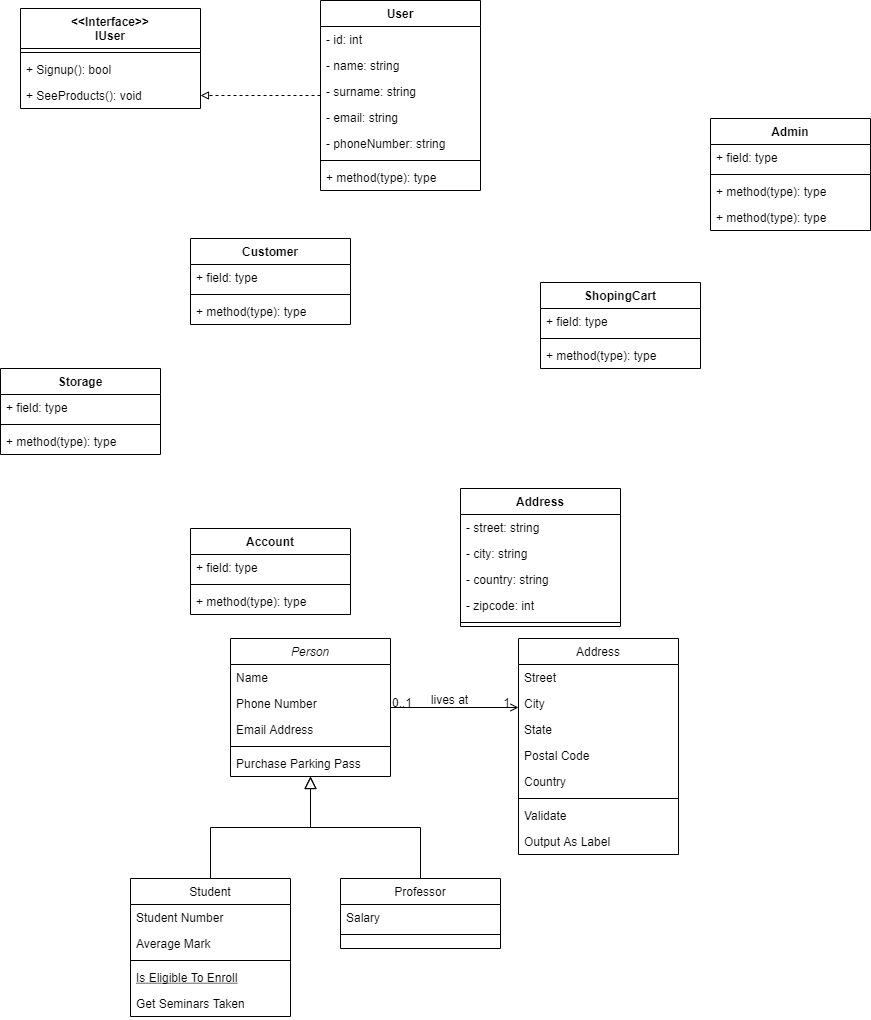
Earlier version of the draw.io export ShopConseptualUML.drawio.png (olh-msk/SigmaTask10). Source tidied: cells renumbered, new cells last; positions are measured from the earlier drawing's top-left corner, leaving out a move shared by most shapes.
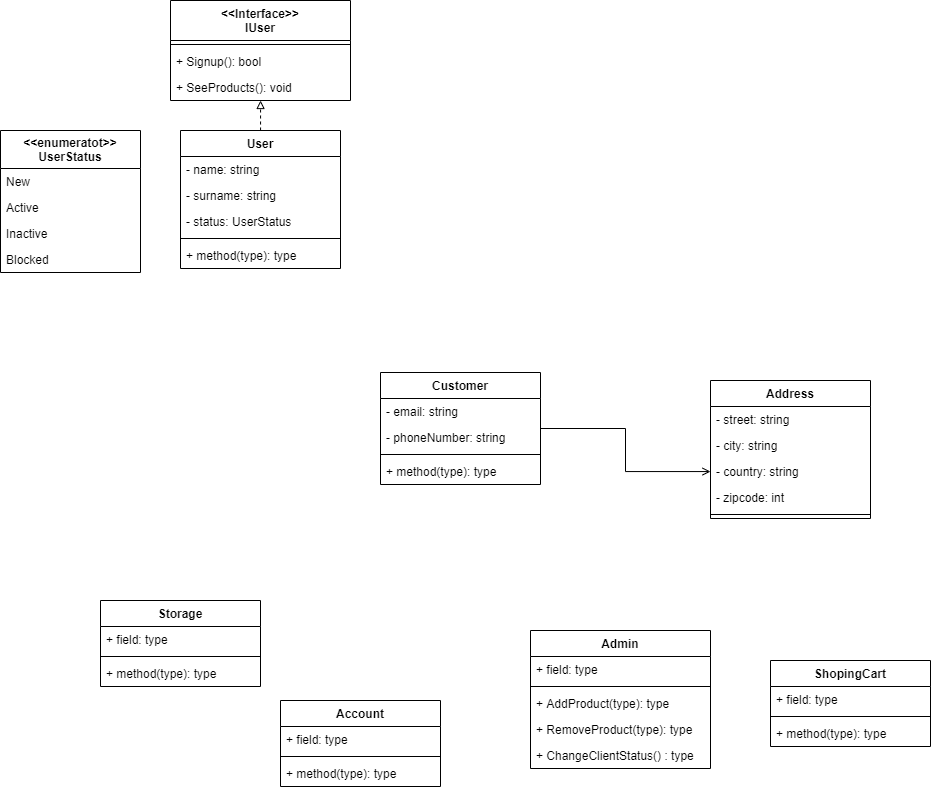
After the commit.

What changed in the source:
```diff
@@ -2,106 +2,8 @@
   <root>
     <mxCell id="0" />
     <mxCell id="1" parent="0" />
-    <mxCell id="2" value="Person" style="swimlane;fontStyle=2;align=center;verticalAlign=top;horizontal=1;startSize=26;rounded=0;shadow=0;strokeWidth=1;" parent="1" vertex="1">
-      <mxGeometry x="230" y="638" width="160" height="138" as="geometry" />
-    </mxCell>
-    <mxCell id="3" value="Name" style="text;align=left;verticalAlign=top;spacingLeft=4;spacingRight=4;overflow=hidden;" parent="2" vertex="1">
-      <mxGeometry y="26" width="160" height="26" as="geometry" />
-    </mxCell>
-    <mxCell id="4" value="Phone Number" style="text;align=left;verticalAlign=top;spacingLeft=4;spacingRight=4;overflow=hidden;rounded=0;shadow=0;html=0;" parent="2" vertex="1">
-      <mxGeometry y="52" width="160" height="26" as="geometry" />
-    </mxCell>
-    <mxCell id="5" value="Email Address" style="text;align=left;verticalAlign=top;spacingLeft=4;spacingRight=4;overflow=hidden;rounded=0;shadow=0;html=0;" parent="2" vertex="1">
-      <mxGeometry y="78" width="160" height="26" as="geometry" />
-    </mxCell>
-    <mxCell id="6" style="line;html=1;strokeWidth=1;align=left;verticalAlign=middle;spacingTop=-1;spacingLeft=3;spacingRight=3;labelPosition=right;" parent="2" vertex="1">
-      <mxGeometry y="104" width="160" height="8" as="geometry" />
-    </mxCell>
-    <mxCell id="7" value="Purchase Parking Pass" style="text;align=left;verticalAlign=top;spacingLeft=4;spacingRight=4;overflow=hidden;" parent="2" vertex="1">
-      <mxGeometry y="112" width="160" height="26" as="geometry" />
-    </mxCell>
-    <mxCell id="8" value="Student" style="swimlane;fontStyle=0;align=center;verticalAlign=top;horizontal=1;startSize=26;rounded=0;shadow=0;strokeWidth=1;" parent="1" vertex="1">
-      <mxGeometry x="130" y="878" width="160" height="138" as="geometry" />
-    </mxCell>
-    <mxCell id="9" value="Student Number" style="text;align=left;verticalAlign=top;spacingLeft=4;spacingRight=4;overflow=hidden;" parent="8" vertex="1">
-      <mxGeometry y="26" width="160" height="26" as="geometry" />
-    </mxCell>
-    <mxCell id="10" value="Average Mark" style="text;align=left;verticalAlign=top;spacingLeft=4;spacingRight=4;overflow=hidden;rounded=0;shadow=0;html=0;" parent="8" vertex="1">
-      <mxGeometry y="52" width="160" height="26" as="geometry" />
-    </mxCell>
-    <mxCell id="11" style="line;html=1;strokeWidth=1;align=left;verticalAlign=middle;spacingTop=-1;spacingLeft=3;spacingRight=3;labelPosition=right;" parent="8" vertex="1">
-      <mxGeometry y="78" width="160" height="8" as="geometry" />
-    </mxCell>
-    <mxCell id="12" value="Is Eligible To Enroll" style="text;align=left;verticalAlign=top;spacingLeft=4;spacingRight=4;overflow=hidden;fontStyle=4;" parent="8" vertex="1">
-      <mxGeometry y="86" width="160" height="26" as="geometry" />
-    </mxCell>
-    <mxCell id="13" value="Get Seminars Taken" style="text;align=left;verticalAlign=top;spacingLeft=4;spacingRight=4;overflow=hidden;" parent="8" vertex="1">
-      <mxGeometry y="112" width="160" height="26" as="geometry" />
-    </mxCell>
-    <mxCell id="14" style="endArrow=block;endSize=10;endFill=0;shadow=0;strokeWidth=1;rounded=0;edgeStyle=elbowEdgeStyle;elbow=vertical;" parent="1" edge="1" source="8" target="2">
-      <mxGeometry relative="1" as="geometry" />
-    </mxCell>
-    <mxCell id="15" value="Professor" style="swimlane;fontStyle=0;align=center;verticalAlign=top;horizontal=1;startSize=26;rounded=0;shadow=0;strokeWidth=1;" parent="1" vertex="1">
-      <mxGeometry x="340" y="878" width="160" height="70" as="geometry" />
-    </mxCell>
-    <mxCell id="16" value="Salary" style="text;align=left;verticalAlign=top;spacingLeft=4;spacingRight=4;overflow=hidden;" parent="15" vertex="1">
-      <mxGeometry y="26" width="160" height="26" as="geometry" />
-    </mxCell>
-    <mxCell id="17" style="line;html=1;strokeWidth=1;align=left;verticalAlign=middle;spacingTop=-1;spacingLeft=3;spacingRight=3;labelPosition=right;" parent="15" vertex="1">
-      <mxGeometry y="52" width="160" height="8" as="geometry" />
-    </mxCell>
-    <mxCell id="18" style="endArrow=block;endSize=10;endFill=0;shadow=0;strokeWidth=1;rounded=0;edgeStyle=elbowEdgeStyle;elbow=vertical;" parent="1" edge="1" source="15" target="2">
-      <mxGeometry relative="1" as="geometry" />
-    </mxCell>
-    <mxCell id="19" value="Address" style="swimlane;fontStyle=0;align=center;verticalAlign=top;horizontal=1;startSize=26;rounded=0;shadow=0;strokeWidth=1;" parent="1" vertex="1">
-      <mxGeometry x="518" y="638" width="160" height="216" as="geometry" />
-    </mxCell>
-    <mxCell id="20" value="Street" style="text;align=left;verticalAlign=top;spacingLeft=4;spacingRight=4;overflow=hidden;" parent="19" vertex="1">
-      <mxGeometry y="26" width="160" height="26" as="geometry" />
-    </mxCell>
-    <mxCell id="21" value="City" style="text;align=left;verticalAlign=top;spacingLeft=4;spacingRight=4;overflow=hidden;rounded=0;shadow=0;html=0;" parent="19" vertex="1">
-      <mxGeometry y="52" width="160" height="26" as="geometry" />
-    </mxCell>
-    <mxCell id="22" value="State" style="text;align=left;verticalAlign=top;spacingLeft=4;spacingRight=4;overflow=hidden;rounded=0;shadow=0;html=0;" parent="19" vertex="1">
-      <mxGeometry y="78" width="160" height="26" as="geometry" />
-    </mxCell>
-    <mxCell id="23" value="Postal Code" style="text;align=left;verticalAlign=top;spacingLeft=4;spacingRight=4;overflow=hidden;rounded=0;shadow=0;html=0;" parent="19" vertex="1">
-      <mxGeometry y="104" width="160" height="26" as="geometry" />
-    </mxCell>
-    <mxCell id="24" value="Country" style="text;align=left;verticalAlign=top;spacingLeft=4;spacingRight=4;overflow=hidden;rounded=0;shadow=0;html=0;" parent="19" vertex="1">
-      <mxGeometry y="130" width="160" height="26" as="geometry" />
-    </mxCell>
-    <mxCell id="25" style="line;html=1;strokeWidth=1;align=left;verticalAlign=middle;spacingTop=-1;spacingLeft=3;spacingRight=3;labelPosition=right;" parent="19" vertex="1">
-      <mxGeometry y="156" width="160" height="8" as="geometry" />
-    </mxCell>
-    <mxCell id="26" value="Validate" style="text;align=left;verticalAlign=top;spacingLeft=4;spacingRight=4;overflow=hidden;" parent="19" vertex="1">
-      <mxGeometry y="164" width="160" height="26" as="geometry" />
-    </mxCell>
-    <mxCell id="27" value="Output As Label" style="text;align=left;verticalAlign=top;spacingLeft=4;spacingRight=4;overflow=hidden;" parent="19" vertex="1">
-      <mxGeometry y="190" width="160" height="26" as="geometry" />
-    </mxCell>
-    <mxCell id="28" style="endArrow=open;shadow=0;strokeWidth=1;rounded=0;endFill=1;edgeStyle=elbowEdgeStyle;elbow=vertical;" parent="1" edge="1" source="2" target="19">
-      <mxGeometry x="0.5" y="41" relative="1" as="geometry">
-        <mxPoint x="-40" y="32" as="offset" />
-      </mxGeometry>
-    </mxCell>
-    <mxCell id="29" value="0..1" style="align=left;verticalAlign=bottom;labelBackgroundColor=none;fontSize=12;" parent="28" vertex="1">
-      <mxGeometry x="-1" relative="1" as="geometry">
-        <mxPoint y="4" as="offset" />
-      </mxGeometry>
-    </mxCell>
-    <mxCell id="30" value="1" style="align=right;verticalAlign=bottom;labelBackgroundColor=none;fontSize=12;" parent="28" vertex="1">
-      <mxGeometry x="1" relative="1" as="geometry">
-        <mxPoint x="-7" y="4" as="offset" />
-      </mxGeometry>
-    </mxCell>
-    <mxCell id="31" value="lives at" style="text;html=1;align=center;verticalAlign=middle;labelBackgroundColor=none;rounded=0;shadow=0;strokeWidth=1;fontSize=12;" parent="28" vertex="1">
-      <mxGeometry x="0.5" y="49" relative="1" as="geometry">
-        <mxPoint x="-38" y="40" as="offset" />
-      </mxGeometry>
-    </mxCell>
     <mxCell id="32" value="&lt;&lt;Interface&gt;&gt;&#10;IUser" style="swimlane;fontStyle=1;align=center;verticalAlign=top;horizontal=1;startSize=40;" parent="1" vertex="1">
-      <mxGeometry x="20" y="8" width="180" height="100" as="geometry" />
+      <mxGeometry x="610" y="128" width="180" height="100" as="geometry" />
     </mxCell>
     <mxCell id="33" style="line;strokeWidth=1;fillColor=none;align=left;verticalAlign=middle;spacingTop=-1;spacingLeft=3;spacingRight=3;labelPosition=right;" parent="32" vertex="1">
       <mxGeometry y="40" width="180" height="8" as="geometry" />
@@ -113,7 +15,7 @@
       <mxGeometry y="74" width="180" height="26" as="geometry" />
     </mxCell>
     <mxCell id="36" value="Storage" style="swimlane;fontStyle=1;align=center;verticalAlign=top;horizontal=1;startSize=26;" parent="1" vertex="1">
-      <mxGeometry y="368" width="160" height="86" as="geometry" />
+      <mxGeometry x="540" y="728" width="160" height="86" as="geometry" />
     </mxCell>
     <mxCell id="37" value="+ field: type" style="text;strokeColor=none;fillColor=none;align=left;verticalAlign=top;spacingLeft=4;spacingRight=4;overflow=hidden;" parent="36" vertex="1">
       <mxGeometry y="26" width="160" height="26" as="geometry" />
@@ -125,49 +27,51 @@
       <mxGeometry y="60" width="160" height="26" as="geometry" />
     </mxCell>
     <mxCell id="40" value="Admin" style="swimlane;fontStyle=1;align=center;verticalAlign=top;horizontal=1;startSize=26;" parent="1" vertex="1">
-      <mxGeometry x="710" y="118" width="160" height="112" as="geometry" />
+      <mxGeometry x="970" y="758" width="180" height="138" as="geometry" />
     </mxCell>
     <mxCell id="41" value="+ field: type" style="text;strokeColor=none;fillColor=none;align=left;verticalAlign=top;spacingLeft=4;spacingRight=4;overflow=hidden;" parent="40" vertex="1">
-      <mxGeometry y="26" width="160" height="26" as="geometry" />
+      <mxGeometry y="26" width="180" height="26" as="geometry" />
     </mxCell>
     <mxCell id="42" style="line;strokeWidth=1;fillColor=none;align=left;verticalAlign=middle;spacingTop=-1;spacingLeft=3;spacingRight=3;labelPosition=right;" parent="40" vertex="1">
-      <mxGeometry y="52" width="160" height="8" as="geometry" />
+      <mxGeometry y="52" width="180" height="8" as="geometry" />
     </mxCell>
-    <mxCell id="43" value="+ method(type): type" style="text;strokeColor=none;fillColor=none;align=left;verticalAlign=top;spacingLeft=4;spacingRight=4;overflow=hidden;" parent="40" vertex="1">
-      <mxGeometry y="60" width="160" height="26" as="geometry" />
+    <mxCell id="43" value="+ AddProduct(type): type" style="text;strokeColor=none;fillColor=none;align=left;verticalAlign=top;spacingLeft=4;spacingRight=4;overflow=hidden;" parent="40" vertex="1">
+      <mxGeometry y="60" width="180" height="26" as="geometry" />
     </mxCell>
-    <mxCell id="44" value="+ method(type): type" style="text;strokeColor=none;fillColor=none;align=left;verticalAlign=top;spacingLeft=4;spacingRight=4;overflow=hidden;" parent="40" vertex="1">
-      <mxGeometry y="86" width="160" height="26" as="geometry" />
+    <mxCell id="44" value="+ RemoveProduct(type): type" style="text;strokeColor=none;fillColor=none;align=left;verticalAlign=top;spacingLeft=4;spacingRight=4;overflow=hidden;" parent="40" vertex="1">
+      <mxGeometry y="86" width="180" height="26" as="geometry" />
     </mxCell>
+    <mxCell id="72" value="+ ChangeClientStatus() : type" style="text;strokeColor=none;fillColor=none;align=left;verticalAlign=top;spacingLeft=4;spacingRight=4;overflow=hidden;" parent="40" vertex="1">
+      <mxGeometry y="112" width="180" height="26" as="geometry" />
+    </mxCell>
     <mxCell id="45" style="edgeStyle=orthogonalEdgeStyle;rounded=0;jettySize=auto;html=1;endArrow=block;endFill=0;dashed=1;" parent="1" edge="1" source="46" target="35">
-      <mxGeometry relative="1" as="geometry" />
+      <mxGeometry relative="1" as="geometry">
+        <Array as="points">
+          <mxPoint x="700" y="248" />
+          <mxPoint x="700" y="248" />
+        </Array>
+      </mxGeometry>
     </mxCell>
     <mxCell id="46" value="User" style="swimlane;fontStyle=1;align=center;verticalAlign=top;horizontal=1;startSize=26;" parent="1" vertex="1">
-      <mxGeometry x="320" width="160" height="190" as="geometry" />
+      <mxGeometry x="620" y="258" width="160" height="138" as="geometry" />
     </mxCell>
-    <mxCell id="47" value="- id: int" style="text;strokeColor=none;fillColor=none;align=left;verticalAlign=top;spacingLeft=4;spacingRight=4;overflow=hidden;" parent="46" vertex="1">
-      <mxGeometry y="26" width="160" height="26" as="geometry" />
-    </mxCell>
     <mxCell id="48" value="- name: string" style="text;strokeColor=none;fillColor=none;align=left;verticalAlign=top;spacingLeft=4;spacingRight=4;overflow=hidden;" parent="46" vertex="1">
-      <mxGeometry y="52" width="160" height="26" as="geometry" />
+      <mxGeometry y="26" width="160" height="26" as="geometry" />
     </mxCell>
     <mxCell id="49" value="- surname: string" style="text;strokeColor=none;fillColor=none;align=left;verticalAlign=top;spacingLeft=4;spacingRight=4;overflow=hidden;" parent="46" vertex="1">
-      <mxGeometry y="78" width="160" height="26" as="geometry" />
+      <mxGeometry y="52" width="160" height="26" as="geometry" />
     </mxCell>
-    <mxCell id="50" value="- email: string" style="text;strokeColor=none;fillColor=none;align=left;verticalAlign=top;spacingLeft=4;spacingRight=4;overflow=hidden;" parent="46" vertex="1">
-      <mxGeometry y="104" width="160" height="26" as="geometry" />
-    </mxCell>
-    <mxCell id="51" value="- phoneNumber: string" style="text;strokeColor=none;fillColor=none;align=left;verticalAlign=top;spacingLeft=4;spacingRight=4;overflow=hidden;" parent="46" vertex="1">
-      <mxGeometry y="130" width="160" height="26" as="geometry" />
-    </mxCell>
+    <mxCell id="73" value="- status: UserStatus" style="text;strokeColor=none;fillColor=none;align=left;verticalAlign=top;spacingLeft=4;spacingRight=4;overflow=hidden;" parent="46" vertex="1">
+      <mxGeometry y="78" width="160" height="26" as="geometry" />
+    </mxCell>
     <mxCell id="52" style="line;strokeWidth=1;fillColor=none;align=left;verticalAlign=middle;spacingTop=-1;spacingLeft=3;spacingRight=3;labelPosition=right;" parent="46" vertex="1">
-      <mxGeometry y="156" width="160" height="8" as="geometry" />
+      <mxGeometry y="104" width="160" height="8" as="geometry" />
     </mxCell>
     <mxCell id="53" value="+ method(type): type" style="text;strokeColor=none;fillColor=none;align=left;verticalAlign=top;spacingLeft=4;spacingRight=4;overflow=hidden;" parent="46" vertex="1">
-      <mxGeometry y="164" width="160" height="26" as="geometry" />
+      <mxGeometry y="112" width="160" height="26" as="geometry" />
     </mxCell>
     <mxCell id="54" value="Address" style="swimlane;fontStyle=1;align=center;verticalAlign=top;horizontal=1;startSize=26;" parent="1" vertex="1">
-      <mxGeometry x="460" y="488" width="160" height="138" as="geometry" />
+      <mxGeometry x="1150" y="508" width="160" height="138" as="geometry" />
     </mxCell>
     <mxCell id="55" value="- street: string" style="text;strokeColor=none;fillColor=none;align=left;verticalAlign=top;spacingLeft=4;spacingRight=4;overflow=hidden;" parent="54" vertex="1">
       <mxGeometry y="26" width="160" height="26" as="geometry" />
@@ -185,7 +89,7 @@
       <mxGeometry y="130" width="160" height="8" as="geometry" />
     </mxCell>
     <mxCell id="60" value="Account" style="swimlane;fontStyle=1;align=center;verticalAlign=top;horizontal=1;startSize=26;" parent="1" vertex="1">
-      <mxGeometry x="190" y="528" width="160" height="86" as="geometry" />
+      <mxGeometry x="720" y="828" width="160" height="86" as="geometry" />
     </mxCell>
     <mxCell id="61" value="+ field: type" style="text;strokeColor=none;fillColor=none;align=left;verticalAlign=top;spacingLeft=4;spacingRight=4;overflow=hidden;" parent="60" vertex="1">
       <mxGeometry y="26" width="160" height="26" as="geometry" />
@@ -196,20 +100,26 @@
     <mxCell id="63" value="+ method(type): type" style="text;strokeColor=none;fillColor=none;align=left;verticalAlign=top;spacingLeft=4;spacingRight=4;overflow=hidden;" parent="60" vertex="1">
       <mxGeometry y="60" width="160" height="26" as="geometry" />
     </mxCell>
+    <mxCell id="74" style="edgeStyle=orthogonalEdgeStyle;rounded=0;jettySize=auto;html=1;endArrow=open;endFill=0;" parent="1" edge="1" source="64" target="57">
+      <mxGeometry relative="1" as="geometry" />
+    </mxCell>
     <mxCell id="64" value="Customer" style="swimlane;fontStyle=1;align=center;verticalAlign=top;horizontal=1;startSize=26;" parent="1" vertex="1">
-      <mxGeometry x="190" y="238" width="160" height="86" as="geometry" />
+      <mxGeometry x="820" y="500" width="160" height="112" as="geometry" />
     </mxCell>
-    <mxCell id="65" value="+ field: type" style="text;strokeColor=none;fillColor=none;align=left;verticalAlign=top;spacingLeft=4;spacingRight=4;overflow=hidden;" parent="64" vertex="1">
+    <mxCell id="65" value="- email: string" style="text;strokeColor=none;fillColor=none;align=left;verticalAlign=top;spacingLeft=4;spacingRight=4;overflow=hidden;" parent="64" vertex="1">
       <mxGeometry y="26" width="160" height="26" as="geometry" />
     </mxCell>
+    <mxCell id="51" value="- phoneNumber: string" style="text;strokeColor=none;fillColor=none;align=left;verticalAlign=top;spacingLeft=4;spacingRight=4;overflow=hidden;" parent="64" vertex="1">
+      <mxGeometry y="52" width="160" height="26" as="geometry" />
+    </mxCell>
     <mxCell id="66" style="line;strokeWidth=1;fillColor=none;align=left;verticalAlign=middle;spacingTop=-1;spacingLeft=3;spacingRight=3;labelPosition=right;" parent="64" vertex="1">
-      <mxGeometry y="52" width="160" height="8" as="geometry" />
+      <mxGeometry y="78" width="160" height="8" as="geometry" />
     </mxCell>
     <mxCell id="67" value="+ method(type): type" style="text;strokeColor=none;fillColor=none;align=left;verticalAlign=top;spacingLeft=4;spacingRight=4;overflow=hidden;" parent="64" vertex="1">
-      <mxGeometry y="60" width="160" height="26" as="geometry" />
+      <mxGeometry y="86" width="160" height="26" as="geometry" />
     </mxCell>
     <mxCell id="68" value="ShopingCart" style="swimlane;fontStyle=1;align=center;verticalAlign=top;horizontal=1;startSize=26;" parent="1" vertex="1">
-      <mxGeometry x="540" y="282" width="160" height="86" as="geometry" />
+      <mxGeometry x="1210" y="788" width="160" height="86" as="geometry" />
     </mxCell>
     <mxCell id="69" value="+ field: type" style="text;strokeColor=none;fillColor=none;align=left;verticalAlign=top;spacingLeft=4;spacingRight=4;overflow=hidden;" parent="68" vertex="1">
       <mxGeometry y="26" width="160" height="26" as="geometry" />
@@ -220,5 +130,20 @@
     <mxCell id="71" value="+ method(type): type" style="text;strokeColor=none;fillColor=none;align=left;verticalAlign=top;spacingLeft=4;spacingRight=4;overflow=hidden;" parent="68" vertex="1">
       <mxGeometry y="60" width="160" height="26" as="geometry" />
     </mxCell>
+    <mxCell id="75" value="&lt;&lt;enumeratot&gt;&gt;&#10;UserStatus" style="swimlane;fontStyle=1;horizontal=1;startSize=38;fillColor=none;" parent="1" vertex="1">
+      <mxGeometry x="440" y="258" width="140" height="142" as="geometry" />
+    </mxCell>
+    <mxCell id="76" value="New" style="text;strokeColor=none;fillColor=none;align=left;verticalAlign=top;spacingLeft=4;spacingRight=4;overflow=hidden;" parent="75" vertex="1">
+      <mxGeometry y="38" width="140" height="26" as="geometry" />
+    </mxCell>
+    <mxCell id="77" value="Active" style="text;strokeColor=none;fillColor=none;align=left;verticalAlign=top;spacingLeft=4;spacingRight=4;overflow=hidden;" parent="75" vertex="1">
+      <mxGeometry y="64" width="140" height="26" as="geometry" />
+    </mxCell>
+    <mxCell id="78" value="Inactive" style="text;strokeColor=none;fillColor=none;align=left;verticalAlign=top;spacingLeft=4;spacingRight=4;overflow=hidden;" parent="75" vertex="1">
+      <mxGeometry y="90" width="140" height="26" as="geometry" />
+    </mxCell>
+    <mxCell id="79" value="Blocked" style="text;strokeColor=none;fillColor=none;align=left;verticalAlign=top;spacingLeft=4;spacingRight=4;overflow=hidden;" parent="75" vertex="1">
+      <mxGeometry y="116" width="140" height="26" as="geometry" />
+    </mxCell>
   </root>
 </mxGraphModel>
```
